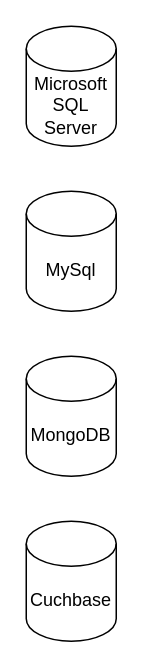
The draw.io diagram ETL.drawio in vinodn90/Vin, before the edit. Source tidied: cells renumbered, new cells numbered last; positions are measured from the earlier drawing's top-left corner, leaving out a move shared by most shapes. Both pictures are drawn from the tidied source at 150%, with x=0, y=0 at pixel (26, 26).
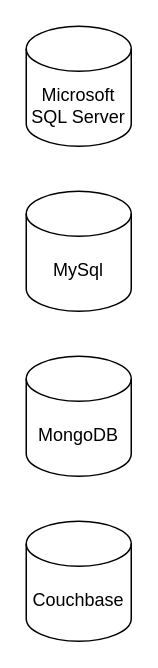
The same page after the edit.

The edit, as a diff of the source:
```diff
@@
 <mxGraphModel>
   <root>
     <mxCell id="0" />
     <mxCell id="1" parent="0" />
     <mxCell id="2" value="Microsoft SQL Server" style="shape=cylinder3;whiteSpace=wrap;html=1;boundedLbl=1;backgroundOutline=1;size=15;" parent="1" vertex="1">
-      <mxGeometry width="60" height="80" as="geometry" />
+      <mxGeometry width="70" height="80" as="geometry" />
     </mxCell>
     <mxCell id="3" value="MySql" style="shape=cylinder3;whiteSpace=wrap;html=1;boundedLbl=1;backgroundOutline=1;size=15;" parent="1" vertex="1">
-      <mxGeometry y="110" width="60" height="80" as="geometry" />
+      <mxGeometry y="110" width="70" height="80" as="geometry" />
     </mxCell>
     <mxCell id="4" value="MongoDB" style="shape=cylinder3;whiteSpace=wrap;html=1;boundedLbl=1;backgroundOutline=1;size=15;" parent="1" vertex="1">
-      <mxGeometry y="220" width="60" height="80" as="geometry" />
+      <mxGeometry y="220" width="70" height="80" as="geometry" />
     </mxCell>
-    <mxCell id="5" value="Cuchbase" style="shape=cylinder3;whiteSpace=wrap;html=1;boundedLbl=1;backgroundOutline=1;size=15;" parent="1" vertex="1">
-      <mxGeometry y="330" width="60" height="80" as="geometry" />
+    <mxCell id="5" value="Couchbase" style="shape=cylinder3;whiteSpace=wrap;html=1;boundedLbl=1;backgroundOutline=1;size=15;" parent="1" vertex="1">
+      <mxGeometry y="330" width="70" height="80" as="geometry" />
     </mxCell>
   </root>
 </mxGraphModel>
```
